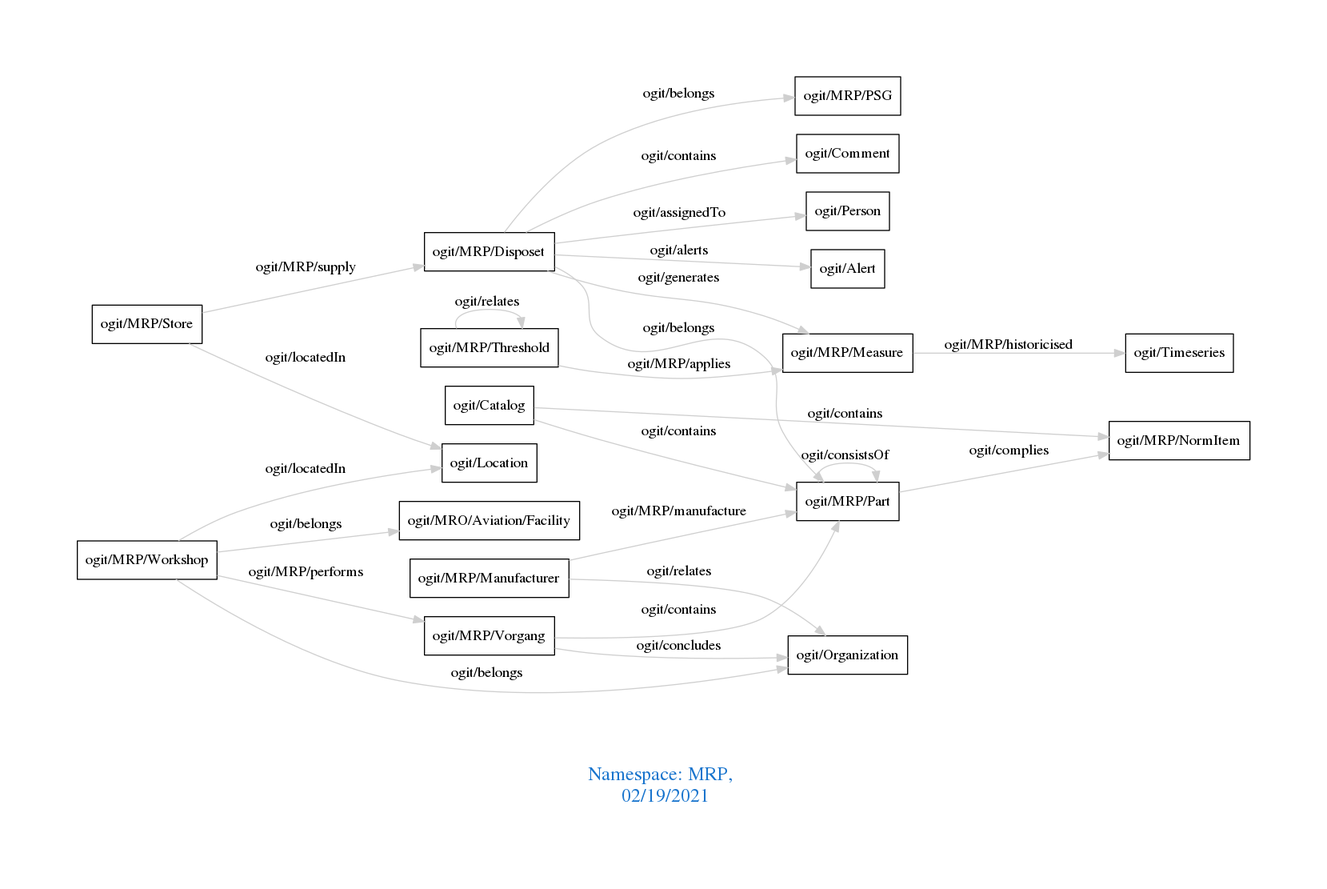
arago/OGIT keeps this Graphviz diagram as downloads/MRP.png. Above is the earlier version. Its source is kept beside it as downloads/MRP.dot.
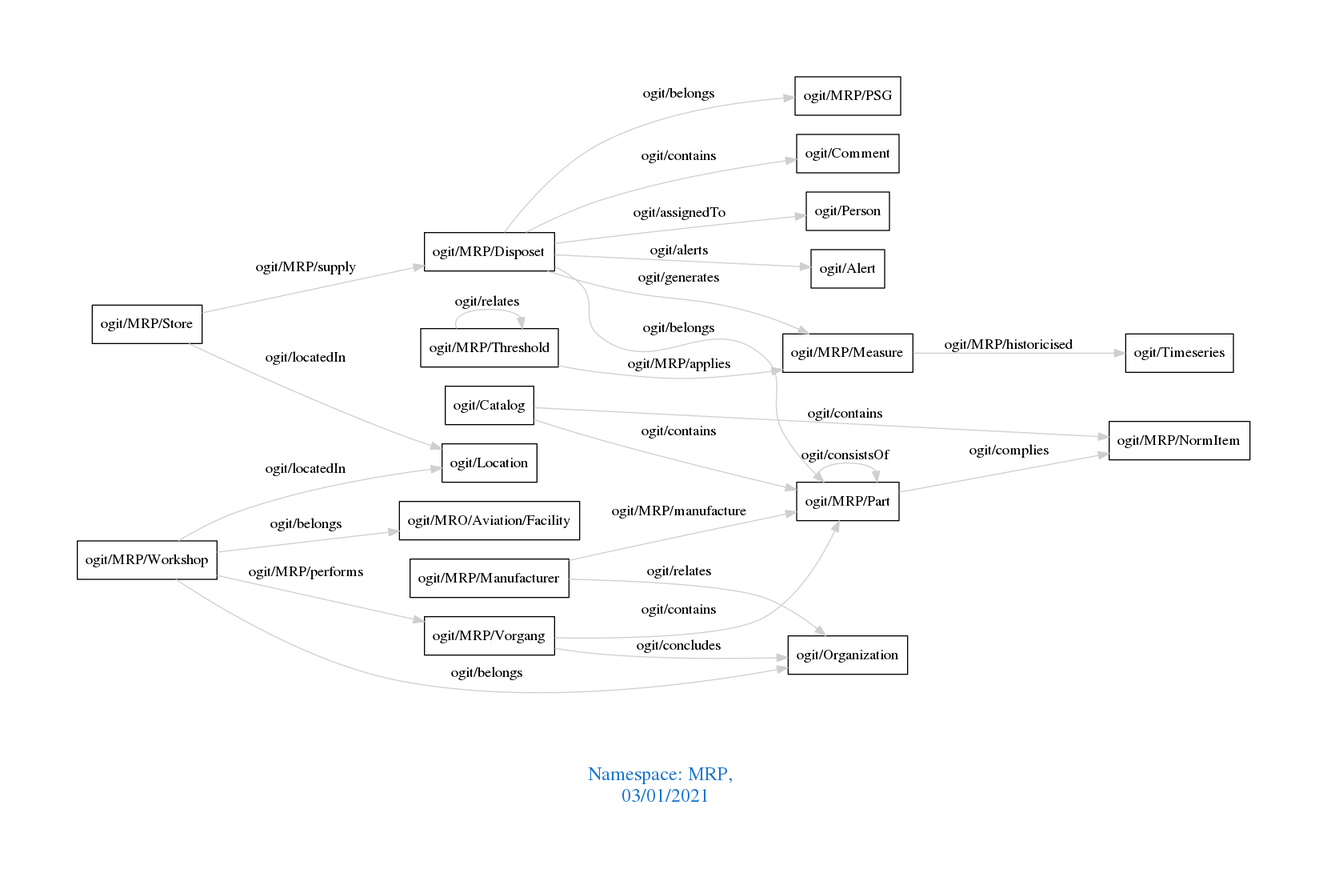
The same file after the commit.

Change to the diagram source:
```diff
@@ -1,7 +1,7 @@
 digraph OGIT_ontology {
  graph [ rankdir= LR,pad=1
 fontsize = 18,
-fontcolor= dodgerblue3,label = "\n\n\nNamespace: MRP, \n 02/19/2021"];
+fontcolor= dodgerblue3,label = "\n\n\nNamespace: MRP, \n 03/01/2021"];
 node[shape=polygon];
 edge [  color="gray81"];
 
```
